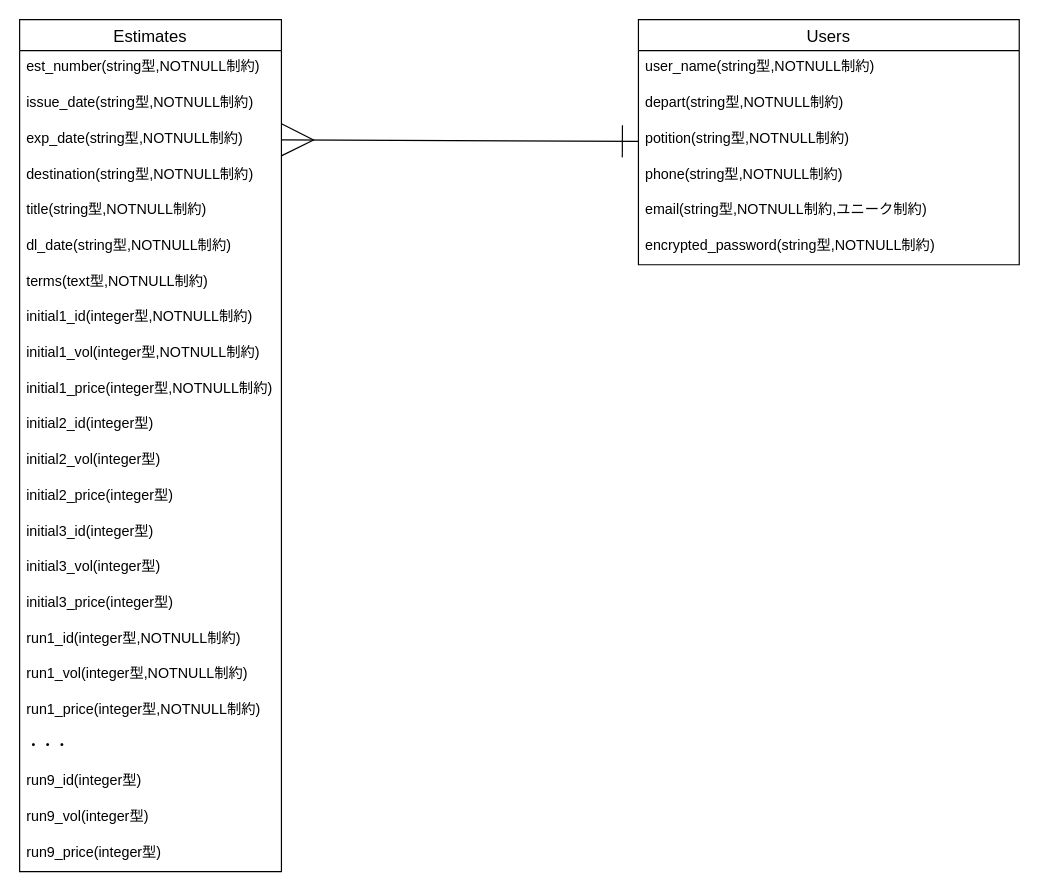
The draw.io diagram ER.dio in fe3524/est-portal, before the edit. Source tidied: cells renumbered, new cells numbered last; positions are measured from the earlier drawing's top-left corner, leaving out a move shared by most shapes. Both pictures are drawn from the tidied source at 119%, with x=0, y=0 at pixel (19, 19).
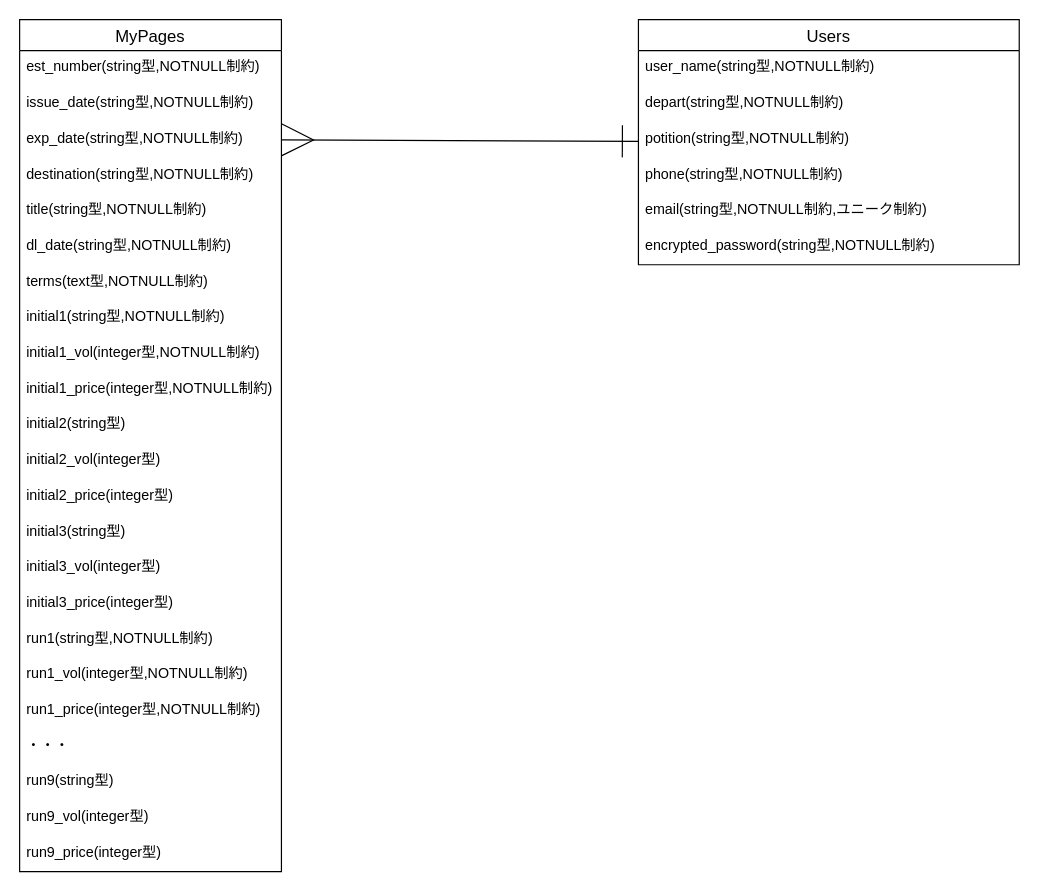
After the change.

The edit, as a diff of the source:
```diff
@@
-    <mxCell id="10" value="Estimates" style="swimlane;fontStyle=0;horizontal=1;startSize=26;align=center;fontSize=14;" parent="1" vertex="1">
+    <mxCell id="10" value="MyPages" style="swimlane;fontStyle=0;horizontal=1;startSize=26;align=center;fontSize=14;" parent="1" vertex="1">
       <mxGeometry width="220" height="716" as="geometry" />
     </mxCell>
@@
-    <mxCell id="18" value="initial1_id(integer型,NOTNULL制約)" style="text;strokeColor=none;fillColor=none;spacingLeft=4;spacingRight=4;overflow=hidden;fontSize=12;" parent="10" vertex="1">
+    <mxCell id="18" value="initial1(string型,NOTNULL制約)" style="text;strokeColor=none;fillColor=none;spacingLeft=4;spacingRight=4;overflow=hidden;fontSize=12;" parent="10" vertex="1">
       <mxGeometry y="236" width="220" height="30" as="geometry" />
     </mxCell>
@@
-    <mxCell id="21" value="initial2_id(integer型)" style="text;strokeColor=none;fillColor=none;spacingLeft=4;spacingRight=4;overflow=hidden;fontSize=12;" parent="10" vertex="1">
+    <mxCell id="21" value="initial2(string型)&#10;" style="text;strokeColor=none;fillColor=none;spacingLeft=4;spacingRight=4;overflow=hidden;fontSize=12;" parent="10" vertex="1">
       <mxGeometry y="326" width="220" height="30" as="geometry" />
     </mxCell>
@@
-    <mxCell id="24" value="initial3_id(integer型)" style="text;strokeColor=none;fillColor=none;spacingLeft=4;spacingRight=4;overflow=hidden;fontSize=12;" parent="10" vertex="1">
+    <mxCell id="24" value="initial3(string型)" style="text;strokeColor=none;fillColor=none;spacingLeft=4;spacingRight=4;overflow=hidden;fontSize=12;" parent="10" vertex="1">
       <mxGeometry y="416" width="220" height="30" as="geometry" />
     </mxCell>
@@
-    <mxCell id="27" value="run1_id(integer型,NOTNULL制約)" style="text;strokeColor=none;fillColor=none;spacingLeft=4;spacingRight=4;overflow=hidden;fontSize=12;" parent="10" vertex="1">
+    <mxCell id="27" value="run1(string型,NOTNULL制約)" style="text;strokeColor=none;fillColor=none;spacingLeft=4;spacingRight=4;overflow=hidden;fontSize=12;" parent="10" vertex="1">
       <mxGeometry y="506" width="220" height="30" as="geometry" />
     </mxCell>
@@
-    <mxCell id="31" value="run9_id(integer型)" style="text;strokeColor=none;fillColor=none;spacingLeft=4;spacingRight=4;overflow=hidden;fontSize=12;" parent="10" vertex="1">
+    <mxCell id="31" value="run9(string型)" style="text;strokeColor=none;fillColor=none;spacingLeft=4;spacingRight=4;overflow=hidden;fontSize=12;" parent="10" vertex="1">
       <mxGeometry y="626" width="220" height="30" as="geometry" />
     </mxCell>
```
